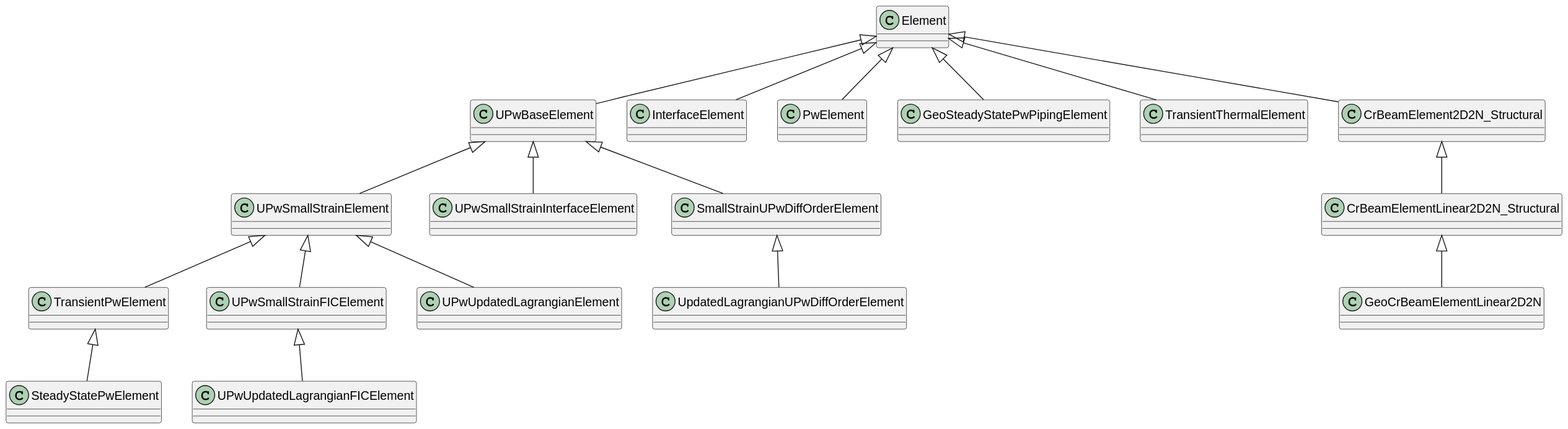
Above: applications/GeoMechanicsApplication/custom_elements/element_hierarchy.svg in KratosMultiphysics/Kratos (PlantUML), before the change. Source of this version:
```plantuml
@startuml

class Element

class UPwBaseElement

class UPwSmallStrainElement
class TransientPwElement
class SteadyStatePwElement
class UPwSmallStrainFICElement
class UPwUpdatedLagrangianFICElement
class UPwUpdatedLagrangianElement

class UPwSmallStrainInterfaceElement

Element <|-- UPwBaseElement
UPwBaseElement <|-- UPwSmallStrainElement

UPwSmallStrainElement <|-- TransientPwElement
TransientPwElement <|-- SteadyStatePwElement
UPwSmallStrainElement <|-- UPwSmallStrainFICElement
UPwSmallStrainFICElement <|-- UPwUpdatedLagrangianFICElement
UPwSmallStrainElement <|-- UPwUpdatedLagrangianElement

class SmallStrainUPwDiffOrderElement
class UpdatedLagrangianUPwDiffOrderElement

UPwBaseElement <|-- SmallStrainUPwDiffOrderElement
SmallStrainUPwDiffOrderElement <|-- UpdatedLagrangianUPwDiffOrderElement

UPwBaseElement <|-- UPwSmallStrainInterfaceElement

class InterfaceElement
Element <|-- InterfaceElement

class PwElement
class GeoSteadyStatePwPipingElement

Element <|-- PwElement
Element <|-- GeoSteadyStatePwPipingElement

class TransientThermalElement
Element <|-- TransientThermalElement
class CrBeamElement2D2N_Structural
class CrBeamElementLinear2D2N_Structural
class GeoCrBeamElementLinear2D2N

Element <|-- CrBeamElement2D2N_Structural
CrBeamElement2D2N_Structural <|-- CrBeamElementLinear2D2N_Structural
CrBeamElementLinear2D2N_Structural <|-- GeoCrBeamElementLinear2D2N
@enduml
```
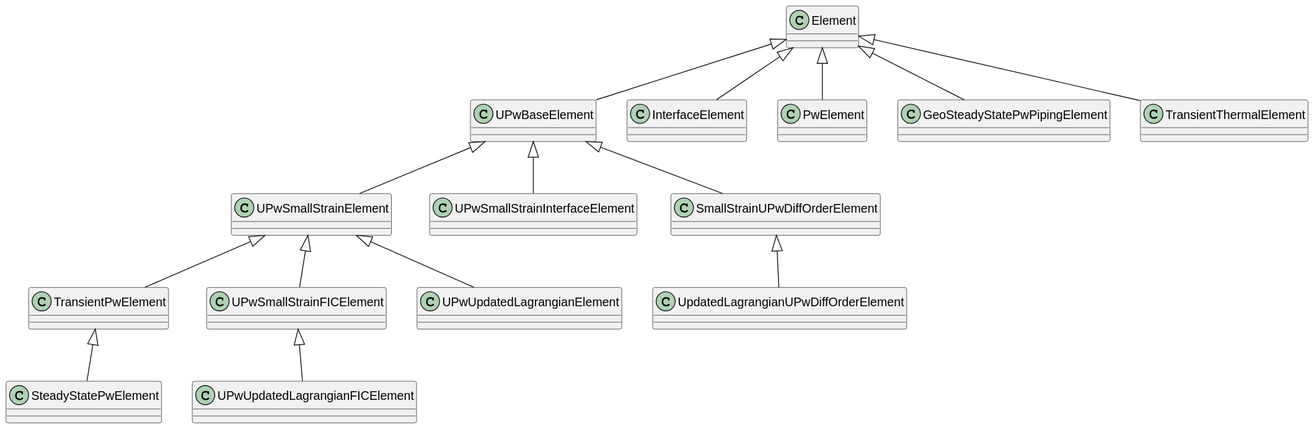
The same diagram one commit later.

Commit message:
Updated the element hierarchy diagram

The last structural elements have been removed now.

Change to the diagram source:
```diff
@@ -41,11 +41,4 @@
 
 class TransientThermalElement
 Element <|-- TransientThermalElement
-class CrBeamElement2D2N_Structural
-class CrBeamElementLinear2D2N_Structural
-class GeoCrBeamElementLinear2D2N
-
-Element <|-- CrBeamElement2D2N_Structural
-CrBeamElement2D2N_Structural <|-- CrBeamElementLinear2D2N_Structural
-CrBeamElementLinear2D2N_Structural <|-- GeoCrBeamElementLinear2D2N
 @enduml
```
